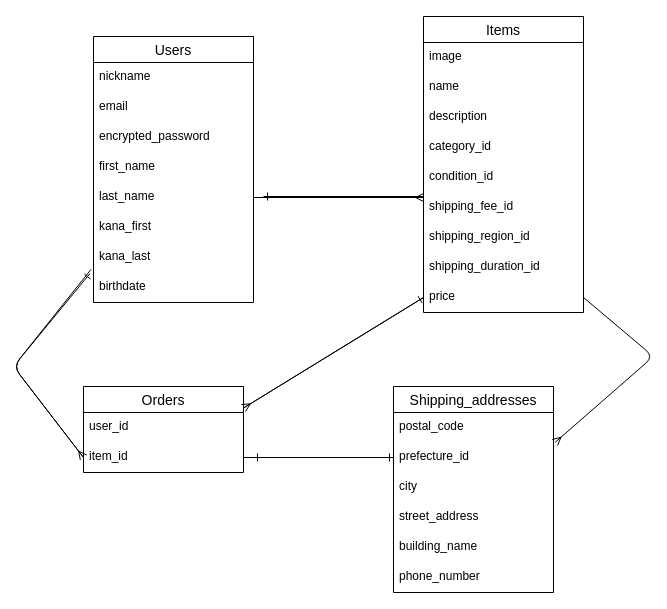
This is er_diagram.dio from zundokon/furima-39618, a draw.io file, before an edit. Source tidied: cells renumbered, new cells numbered last; positions are measured from the earlier drawing's top-left corner, leaving out a move shared by most shapes. Both pictures are drawn from the tidied source at 100%, with x=0, y=0 at pixel (13, 16).
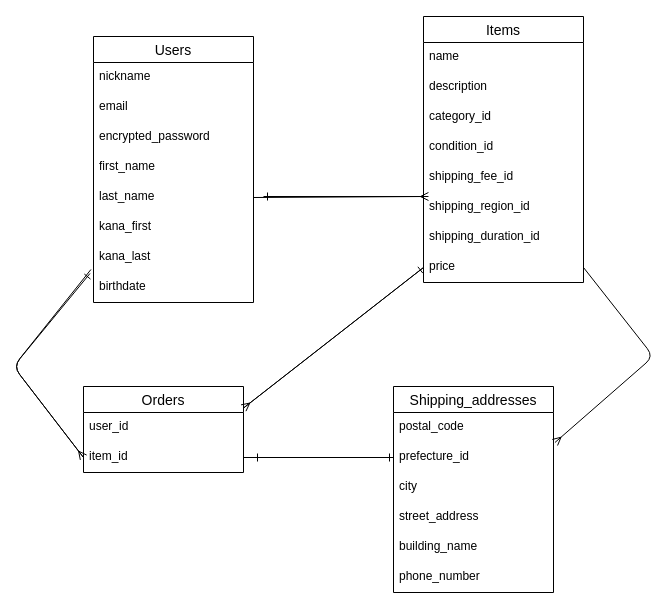
The same diagram, later.

Commit message (it also covers changes not shown here):
データベース設計修正②

Unchanged cells that the change refers to:
```xml
<mxCell id="7" value="last_name" style="text;strokeColor=none;fillColor=none;spacingLeft=4;spacingRight=4;overflow=hidden;points=[[0,0.5],[1,0.5]];portConstraint=eastwest;fontSize=12;" parent="2" vertex="1">
  <mxGeometry y="146" width="160" height="30" as="geometry" />
</mxCell>
```

Diff of the diagram source:
```diff
@@
     <mxCell id="11" value="Items" style="swimlane;fontStyle=0;horizontal=1;startSize=26;align=center;fontSize=14;" parent="1" vertex="1">
-      <mxGeometry x="410" width="160" height="296" as="geometry" />
+      <mxGeometry x="410" width="160" height="266" as="geometry" />
     </mxCell>
-    <mxCell id="12" value="image" style="text;strokeColor=none;fillColor=none;spacingLeft=4;spacingRight=4;overflow=hidden;fontSize=12;" parent="11" vertex="1">
-      <mxGeometry y="26" width="160" height="30" as="geometry" />
-    </mxCell>
     <mxCell id="13" value="name" style="text;strokeColor=none;fillColor=none;spacingLeft=4;spacingRight=4;overflow=hidden;fontSize=12;" parent="11" vertex="1">
-      <mxGeometry y="56" width="160" height="30" as="geometry" />
+      <mxGeometry y="26" width="160" height="30" as="geometry" />
     </mxCell>
     <mxCell id="14" value="description" style="text;strokeColor=none;fillColor=none;spacingLeft=4;spacingRight=4;overflow=hidden;fontSize=12;" parent="11" vertex="1">
-      <mxGeometry y="86" width="160" height="30" as="geometry" />
+      <mxGeometry y="56" width="160" height="30" as="geometry" />
     </mxCell>
     <mxCell id="15" value="category_id" style="text;strokeColor=none;fillColor=none;spacingLeft=4;spacingRight=4;overflow=hidden;fontSize=12;" parent="11" vertex="1">
-      <mxGeometry y="116" width="160" height="30" as="geometry" />
+      <mxGeometry y="86" width="160" height="30" as="geometry" />
     </mxCell>
     <mxCell id="16" value="condition_id" style="text;strokeColor=none;fillColor=none;spacingLeft=4;spacingRight=4;overflow=hidden;fontSize=12;" parent="11" vertex="1">
-      <mxGeometry y="146" width="160" height="30" as="geometry" />
+      <mxGeometry y="116" width="160" height="30" as="geometry" />
     </mxCell>
     <mxCell id="17" value="shipping_fee_id" style="text;strokeColor=none;fillColor=none;spacingLeft=4;spacingRight=4;overflow=hidden;points=[[0,0.5],[1,0.5]];portConstraint=eastwest;fontSize=12;" parent="11" vertex="1">
-      <mxGeometry y="176" width="160" height="30" as="geometry" />
+      <mxGeometry y="146" width="160" height="30" as="geometry" />
     </mxCell>
     <mxCell id="18" value="shipping_region_id" style="text;strokeColor=none;fillColor=none;spacingLeft=4;spacingRight=4;overflow=hidden;points=[[0,0.5],[1,0.5]];portConstraint=eastwest;fontSize=12;" parent="11" vertex="1">
-      <mxGeometry y="206" width="160" height="30" as="geometry" />
+      <mxGeometry y="176" width="160" height="30" as="geometry" />
     </mxCell>
     <mxCell id="19" value="shipping_duration_id" style="text;strokeColor=none;fillColor=none;spacingLeft=4;spacingRight=4;overflow=hidden;fontSize=12;" parent="11" vertex="1">
-      <mxGeometry y="236" width="160" height="30" as="geometry" />
+      <mxGeometry y="206" width="160" height="30" as="geometry" />
     </mxCell>
     <mxCell id="20" value="price" style="text;strokeColor=none;fillColor=none;spacingLeft=4;spacingRight=4;overflow=hidden;points=[[0,0.5],[1,0.5]];portConstraint=eastwest;fontSize=12;" parent="11" vertex="1">
-      <mxGeometry y="266" width="160" height="30" as="geometry" />
+      <mxGeometry y="236" width="160" height="30" as="geometry" />
     </mxCell>
@@
-    <mxCell id="32" style="edgeStyle=none;html=1;exitX=1;exitY=0.5;exitDx=0;exitDy=0;entryX=0;entryY=0.167;entryDx=0;entryDy=0;entryPerimeter=0;endArrow=ERmany;endFill=0;" parent="1" edge="1" source="7" target="17">
+    <mxCell id="32" style="edgeStyle=none;html=1;exitX=1;exitY=0.5;exitDx=0;exitDy=0;entryX=0.031;entryY=0.133;entryDx=0;entryDy=0;entryPerimeter=0;endArrow=ERmany;endFill=0;" parent="1" edge="1" source="7" target="18">
       <mxGeometry relative="1" as="geometry" />
     </mxCell>
```
